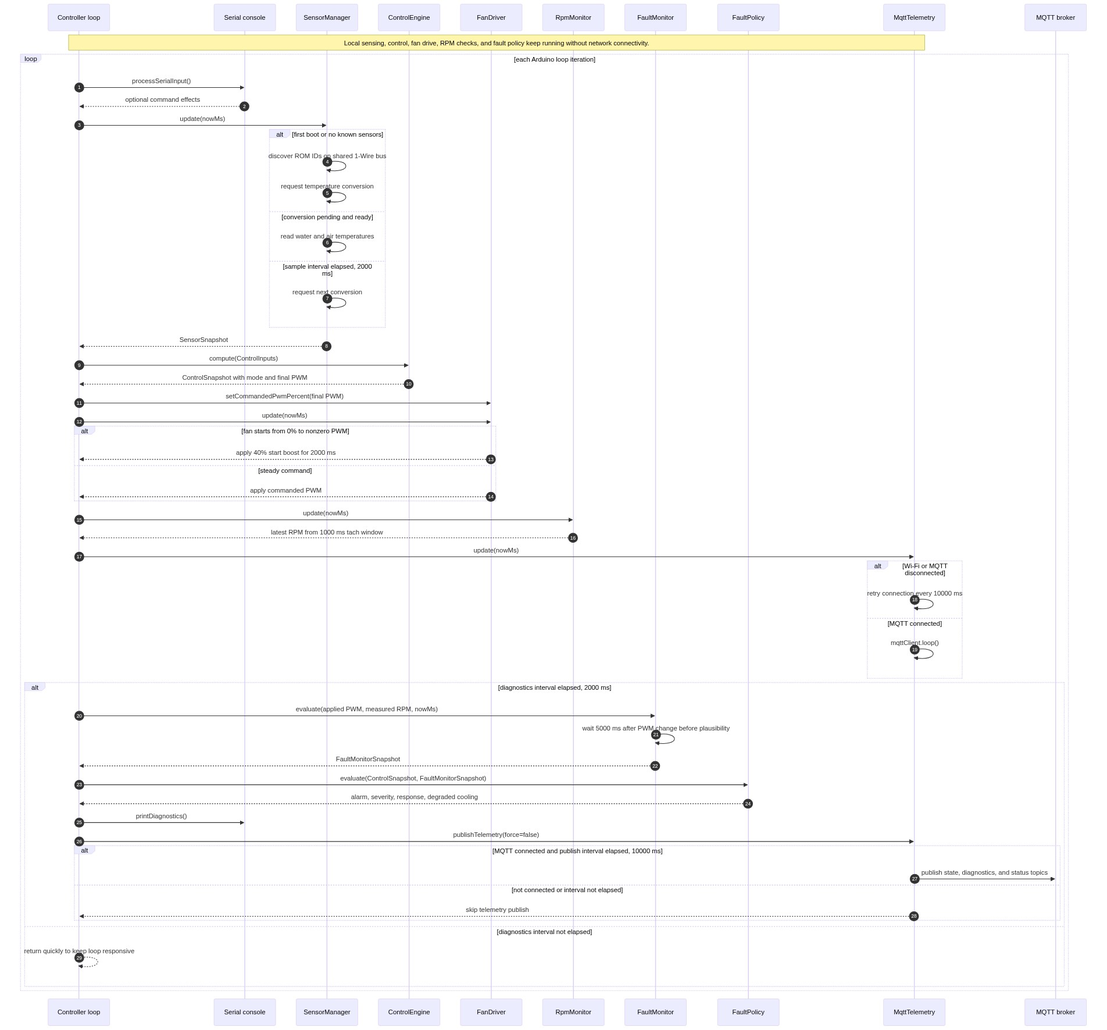
Earlier version of the Mermaid export docs/design/rendered/controller-cycle-sequence.png (TeeVau/aquarium-cooling-controller). Its source is kept beside it as docs/design/controller-cycle-sequence.mmd.
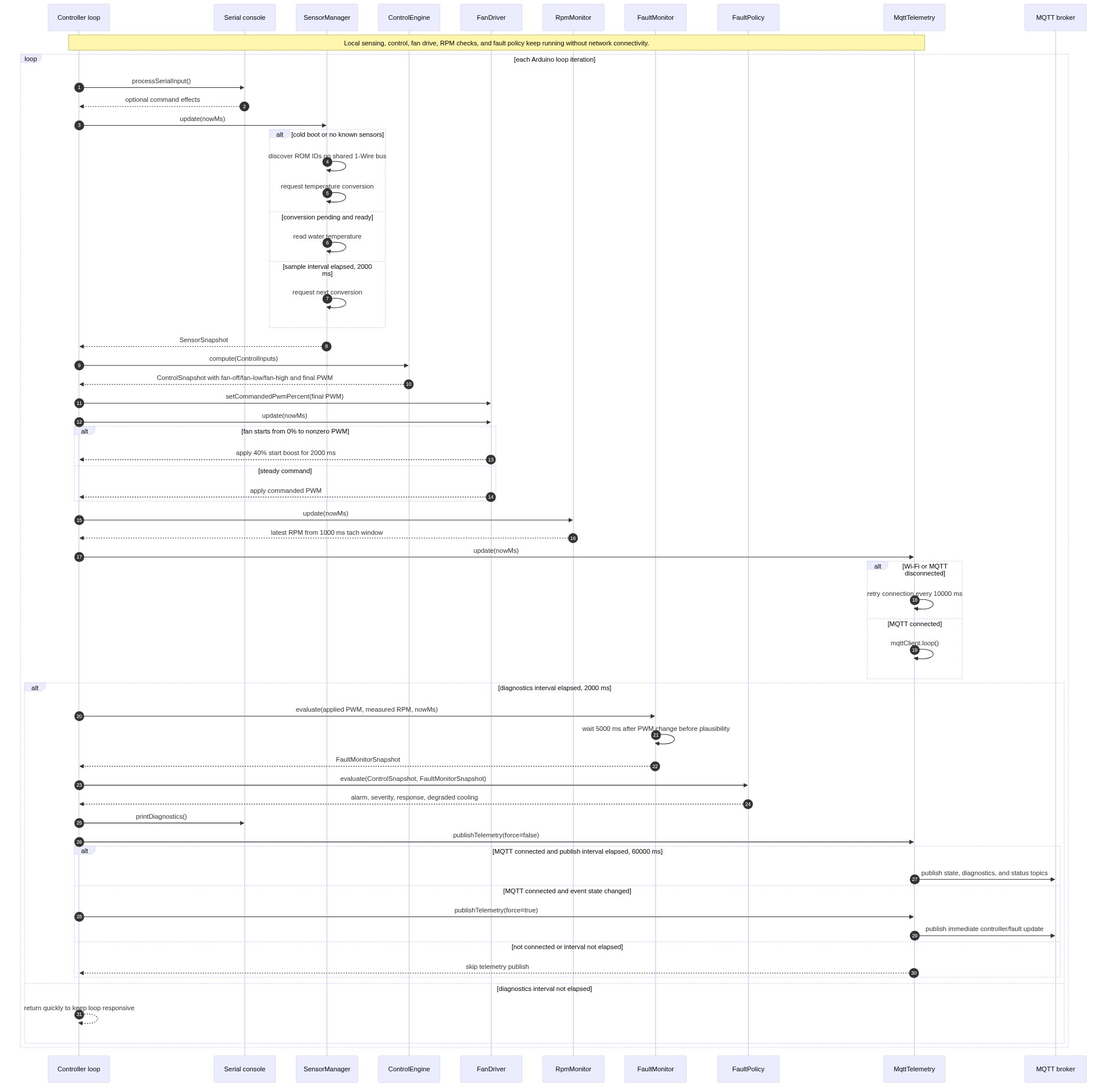
The same diagram one commit later.

What changed in the source:
```diff
@@ -18,7 +18,7 @@
         Serial-->>Main: optional command effects
 
         Main->>Sensors: update(nowMs)
-        alt first boot or no known sensors
+        alt cold boot or no known sensors
             Sensors->>Sensors: discover ROM IDs on shared 1-Wire bus
             Sensors->>Sensors: request temperature conversion
         else conversion pending and ready
```
